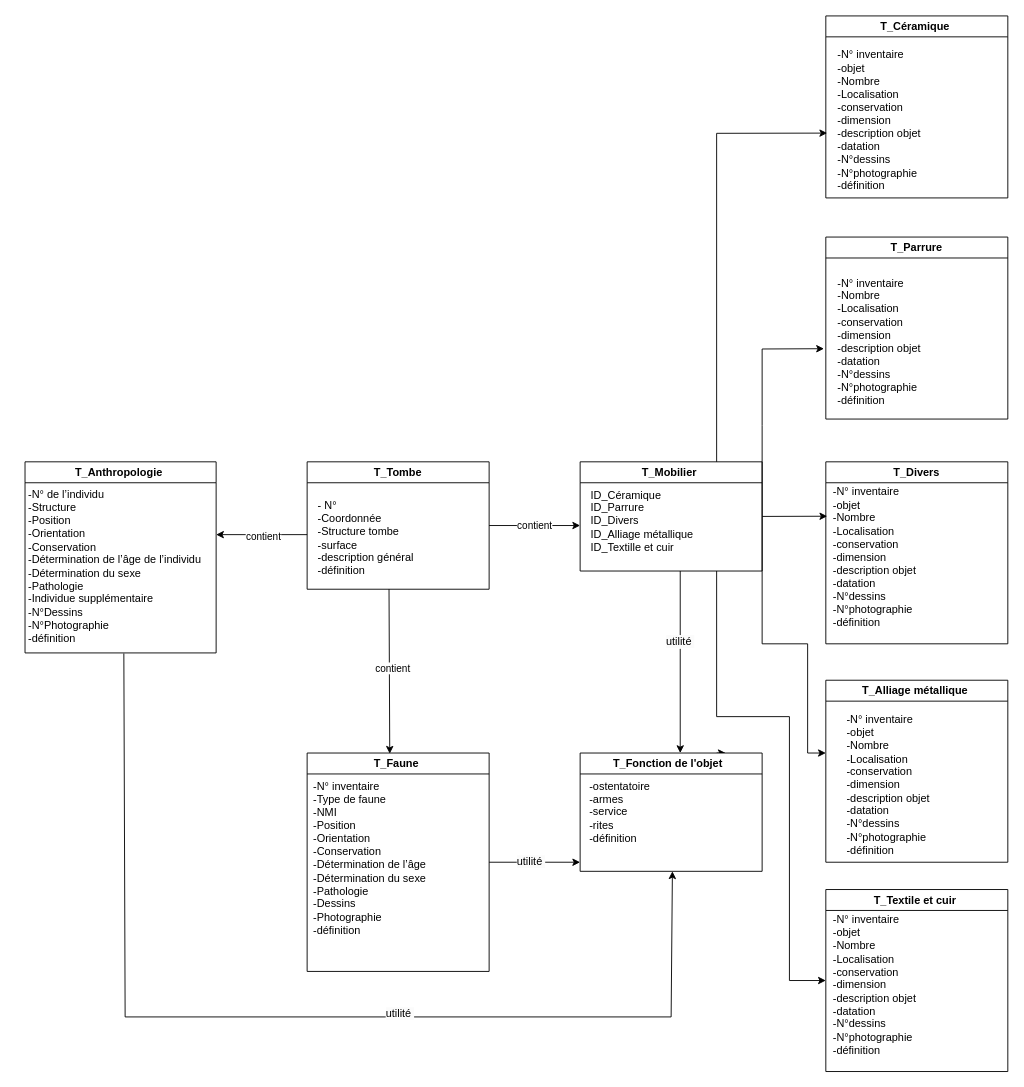
The draw.io diagram model conceptuel 2.drawio in Pepolene/Kerma-CE8, before the edit. Source tidied: cells renumbered, new cells numbered last; positions are measured from the earlier drawing's top-left corner, leaving out a move shared by most shapes. Both pictures are drawn from the tidied source at 91%, with x=0, y=0 at pixel (15, 15).
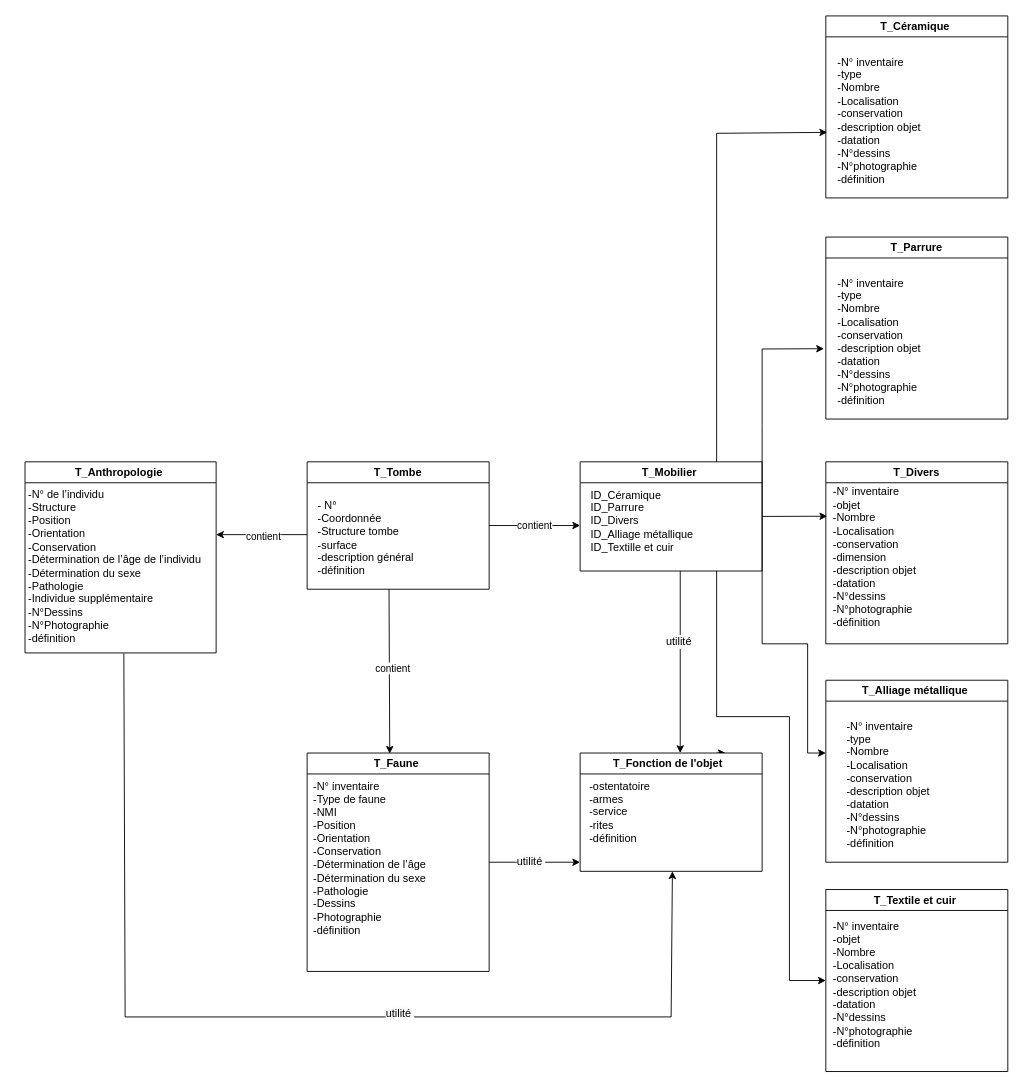
The same page after the edit.

The change refers to these unchanged cells:
```xml
<mxCell id="13" value="T_Parrure" style="swimlane;whiteSpace=wrap;html=1;" parent="1" vertex="1">
  <mxGeometry x="890" y="243" width="200" height="200" as="geometry" />
</mxCell>
<mxCell id="17" value="T_Alliage métallique&amp;nbsp;" style="swimlane;whiteSpace=wrap;html=1;" parent="1" vertex="1">
  <mxGeometry x="890" y="730" width="200" height="200" as="geometry" />
</mxCell>
<mxCell id="19" value="T_Textile et cuir&amp;nbsp;" style="swimlane;whiteSpace=wrap;html=1;" parent="1" vertex="1">
  <mxGeometry x="890" y="960" width="200" height="200" as="geometry" />
</mxCell>
<mxCell id="21" value="T_Céramique&amp;nbsp;" style="swimlane;whiteSpace=wrap;html=1;" parent="1" vertex="1">
  <mxGeometry x="890" width="200" height="200" as="geometry" />
</mxCell>
```

Diff of the diagram source:
```diff
@@
-    <mxCell id="14" value="&lt;div style=&quot;text-align: left;&quot;&gt;-N° inventaire&lt;/div&gt;&lt;div style=&quot;text-align: left;&quot;&gt;-Nombre&amp;nbsp;&lt;/div&gt;&lt;div style=&quot;text-align: left;&quot;&gt;-Localisation&lt;/div&gt;&lt;div style=&quot;text-align: left;&quot;&gt;&lt;span style=&quot;background-color: initial;&quot;&gt;-conservation&lt;/span&gt;&amp;nbsp;&lt;/div&gt;&lt;div style=&quot;text-align: left;&quot;&gt;&lt;span style=&quot;background-color: initial;&quot;&gt;-dimension&amp;nbsp;&lt;/span&gt;&lt;/div&gt;&lt;div style=&quot;text-align: left;&quot;&gt;&lt;span style=&quot;background-color: initial;&quot;&gt;-description objet&amp;nbsp;&lt;/span&gt;&lt;/div&gt;&lt;div style=&quot;text-align: left;&quot;&gt;-datation&lt;br&gt;&lt;/div&gt;&lt;div style=&quot;text-align: left;&quot;&gt;-N°dessins&amp;nbsp;&lt;/div&gt;&lt;div style=&quot;text-align: left;&quot;&gt;-N°photographie&amp;nbsp;&lt;/div&gt;&lt;div style=&quot;text-align: left;&quot;&gt;-définition&amp;nbsp;&lt;/div&gt;" style="text;html=1;align=center;verticalAlign=middle;points=[];strokeColor=none;fillColor=none;" parent="13" vertex="1">
+    <mxCell id="14" value="&lt;div style=&quot;text-align: left;&quot;&gt;-N° inventaire&lt;/div&gt;&lt;div style=&quot;text-align: left;&quot;&gt;-type&amp;nbsp;&lt;/div&gt;&lt;div style=&quot;text-align: left;&quot;&gt;-Nombre&amp;nbsp;&lt;/div&gt;&lt;div style=&quot;text-align: left;&quot;&gt;-Localisation&lt;/div&gt;&lt;div style=&quot;text-align: left;&quot;&gt;&lt;span style=&quot;background-color: initial;&quot;&gt;-conservation&lt;/span&gt;&amp;nbsp;&lt;/div&gt;&lt;div style=&quot;text-align: left;&quot;&gt;&lt;span style=&quot;background-color: initial;&quot;&gt;-description objet&amp;nbsp;&lt;/span&gt;&lt;/div&gt;&lt;div style=&quot;text-align: left;&quot;&gt;-datation&lt;br&gt;&lt;/div&gt;&lt;div style=&quot;text-align: left;&quot;&gt;-N°dessins&amp;nbsp;&lt;/div&gt;&lt;div style=&quot;text-align: left;&quot;&gt;-N°photographie&amp;nbsp;&lt;/div&gt;&lt;div style=&quot;text-align: left;&quot;&gt;-définition&amp;nbsp;&lt;/div&gt;" style="text;html=1;align=center;verticalAlign=middle;points=[];strokeColor=none;fillColor=none;" parent="13" vertex="1">
       <mxGeometry y="35" width="120" height="160" as="geometry" />
     </mxCell>
@@
-    <mxCell id="18" value="&lt;div style=&quot;text-align: left;&quot;&gt;&lt;span style=&quot;background-color: initial;&quot;&gt;&lt;font face=&quot;Helvetica&quot;&gt;-N° inventaire&amp;nbsp;&lt;/font&gt;&lt;/span&gt;&lt;/div&gt;&lt;div style=&quot;text-align: left;&quot;&gt;&lt;span style=&quot;background-color: initial;&quot;&gt;&lt;font face=&quot;KA_OsEM3pX-Y2E-QQbwR&quot;&gt;-objet&amp;nbsp;&lt;/font&gt;&lt;/span&gt;&lt;/div&gt;&lt;div style=&quot;text-align: left;&quot;&gt;&lt;font face=&quot;KA_OsEM3pX-Y2E-QQbwR&quot;&gt;-Nombre&amp;nbsp;&lt;/font&gt;&lt;/div&gt;&lt;div style=&quot;text-align: left;&quot;&gt;&lt;font face=&quot;KA_OsEM3pX-Y2E-QQbwR&quot;&gt;-Localisation&amp;nbsp;&lt;/font&gt;&lt;/div&gt;&lt;div style=&quot;text-align: left;&quot;&gt;&lt;font face=&quot;KA_OsEM3pX-Y2E-QQbwR&quot;&gt;-conservation&lt;/font&gt;&lt;/div&gt;&lt;div style=&quot;text-align: left;&quot;&gt;&lt;font face=&quot;KA_OsEM3pX-Y2E-QQbwR&quot;&gt;-dimension&amp;nbsp;&lt;/font&gt;&lt;/div&gt;&lt;div style=&quot;text-align: left;&quot;&gt;&lt;span style=&quot;background-color: initial;&quot;&gt;&lt;font face=&quot;KA_OsEM3pX-Y2E-QQbwR&quot;&gt;-description objet&amp;nbsp;&lt;/font&gt;&lt;/span&gt;&lt;/div&gt;&lt;div style=&quot;text-align: left;&quot;&gt;&lt;font face=&quot;KA_OsEM3pX-Y2E-QQbwR&quot;&gt;-datation&lt;br&gt;&lt;/font&gt;&lt;/div&gt;&lt;div style=&quot;text-align: left;&quot;&gt;&lt;font face=&quot;KA_OsEM3pX-Y2E-QQbwR&quot;&gt;-N°dessins&amp;nbsp;&lt;/font&gt;&lt;/div&gt;&lt;div style=&quot;text-align: left;&quot;&gt;&lt;font face=&quot;KA_OsEM3pX-Y2E-QQbwR&quot;&gt;-N°photographie&amp;nbsp;&lt;/font&gt;&lt;/div&gt;&lt;div style=&quot;text-align: left;&quot;&gt;&lt;font face=&quot;KA_OsEM3pX-Y2E-QQbwR&quot;&gt;-définition&amp;nbsp;&lt;/font&gt;&lt;/div&gt;" style="text;html=1;align=center;verticalAlign=middle;strokeColor=none;fillColor=none;" parent="17" vertex="1">
-      <mxGeometry x="15" y="30" width="110" height="170" as="geometry" />
+    <mxCell id="18" value="&lt;div style=&quot;text-align: left;&quot;&gt;&lt;span style=&quot;background-color: initial;&quot;&gt;&lt;font face=&quot;Helvetica&quot;&gt;-N° inventaire&amp;nbsp;&lt;/font&gt;&lt;/span&gt;&lt;/div&gt;&lt;div style=&quot;text-align: left;&quot;&gt;&lt;span style=&quot;background-color: initial;&quot;&gt;&lt;font face=&quot;KA_OsEM3pX-Y2E-QQbwR&quot;&gt;-type&lt;/font&gt;&lt;/span&gt;&lt;/div&gt;&lt;div style=&quot;text-align: left;&quot;&gt;&lt;font face=&quot;KA_OsEM3pX-Y2E-QQbwR&quot;&gt;-Nombre&amp;nbsp;&lt;/font&gt;&lt;/div&gt;&lt;div style=&quot;text-align: left;&quot;&gt;&lt;font face=&quot;KA_OsEM3pX-Y2E-QQbwR&quot;&gt;-Localisation&amp;nbsp;&lt;/font&gt;&lt;/div&gt;&lt;div style=&quot;text-align: left;&quot;&gt;&lt;font face=&quot;KA_OsEM3pX-Y2E-QQbwR&quot;&gt;-conservation&lt;/font&gt;&lt;/div&gt;&lt;div style=&quot;text-align: left;&quot;&gt;&lt;span style=&quot;background-color: initial;&quot;&gt;&lt;font face=&quot;KA_OsEM3pX-Y2E-QQbwR&quot;&gt;-description objet&amp;nbsp;&lt;/font&gt;&lt;/span&gt;&lt;/div&gt;&lt;div style=&quot;text-align: left;&quot;&gt;&lt;font face=&quot;KA_OsEM3pX-Y2E-QQbwR&quot;&gt;-datation&lt;br&gt;&lt;/font&gt;&lt;/div&gt;&lt;div style=&quot;text-align: left;&quot;&gt;&lt;font face=&quot;KA_OsEM3pX-Y2E-QQbwR&quot;&gt;-N°dessins&amp;nbsp;&lt;/font&gt;&lt;/div&gt;&lt;div style=&quot;text-align: left;&quot;&gt;&lt;font face=&quot;KA_OsEM3pX-Y2E-QQbwR&quot;&gt;-N°photographie&amp;nbsp;&lt;/font&gt;&lt;/div&gt;&lt;div style=&quot;text-align: left;&quot;&gt;&lt;font face=&quot;KA_OsEM3pX-Y2E-QQbwR&quot;&gt;-définition&amp;nbsp;&lt;/font&gt;&lt;/div&gt;" style="text;html=1;align=center;verticalAlign=middle;strokeColor=none;fillColor=none;" parent="17" vertex="1">
+      <mxGeometry x="15" y="35" width="110" height="160" as="geometry" />
     </mxCell>
@@
-    <mxCell id="20" value="&lt;div style=&quot;text-align: left;&quot;&gt;&lt;font face=&quot;Helvetica&quot;&gt;-N° inventaire&lt;span style=&quot;background-color: initial;&quot;&gt;&lt;br&gt;&lt;/span&gt;&lt;/font&gt;&lt;/div&gt;&lt;div style=&quot;text-align: left;&quot;&gt;&lt;span style=&quot;background-color: initial;&quot;&gt;&lt;font face=&quot;rQhWUgGv2YmFOi-6GjJN&quot;&gt;-objet&amp;nbsp;&lt;/font&gt;&lt;/span&gt;&lt;/div&gt;&lt;div style=&quot;text-align: left;&quot;&gt;&lt;font face=&quot;rQhWUgGv2YmFOi-6GjJN&quot;&gt;-Nombre&amp;nbsp;&lt;/font&gt;&lt;/div&gt;&lt;div style=&quot;text-align: left;&quot;&gt;&lt;font face=&quot;rQhWUgGv2YmFOi-6GjJN&quot;&gt;-Localisation&amp;nbsp;&lt;/font&gt;&lt;/div&gt;&lt;div style=&quot;text-align: left;&quot;&gt;&lt;font face=&quot;rQhWUgGv2YmFOi-6GjJN&quot;&gt;-conservation&amp;nbsp;&lt;/font&gt;&lt;/div&gt;&lt;div style=&quot;text-align: left;&quot;&gt;&lt;font face=&quot;rQhWUgGv2YmFOi-6GjJN&quot;&gt;-dimension&amp;nbsp;&lt;/font&gt;&lt;/div&gt;&lt;div style=&quot;text-align: left;&quot;&gt;&lt;span style=&quot;background-color: initial;&quot;&gt;&lt;font face=&quot;rQhWUgGv2YmFOi-6GjJN&quot;&gt;-description objet&amp;nbsp;&lt;/font&gt;&lt;/span&gt;&lt;/div&gt;&lt;div style=&quot;text-align: left;&quot;&gt;&lt;font face=&quot;rQhWUgGv2YmFOi-6GjJN&quot;&gt;-datation&lt;br&gt;&lt;/font&gt;&lt;/div&gt;&lt;div style=&quot;text-align: left;&quot;&gt;&lt;font face=&quot;rQhWUgGv2YmFOi-6GjJN&quot;&gt;-N°dessins&amp;nbsp;&lt;/font&gt;&lt;/div&gt;&lt;div style=&quot;text-align: left;&quot;&gt;&lt;font face=&quot;rQhWUgGv2YmFOi-6GjJN&quot;&gt;-N°photographie&lt;/font&gt;&lt;/div&gt;&lt;div style=&quot;text-align: left;&quot;&gt;&lt;font face=&quot;rQhWUgGv2YmFOi-6GjJN&quot;&gt;&lt;span style=&quot;background-color: initial;&quot;&gt;-définition&amp;nbsp;&lt;/span&gt;&amp;nbsp;&lt;/font&gt;&lt;/div&gt;" style="text;html=1;align=center;verticalAlign=middle;strokeColor=none;fillColor=none;" parent="19" vertex="1">
-      <mxGeometry y="20" width="110" height="170" as="geometry" />
+    <mxCell id="20" value="&lt;div style=&quot;text-align: left;&quot;&gt;&lt;font face=&quot;Helvetica&quot;&gt;-N° inventaire&lt;span style=&quot;background-color: initial;&quot;&gt;&lt;br&gt;&lt;/span&gt;&lt;/font&gt;&lt;/div&gt;&lt;div style=&quot;text-align: left;&quot;&gt;&lt;span style=&quot;background-color: initial;&quot;&gt;&lt;font face=&quot;rQhWUgGv2YmFOi-6GjJN&quot;&gt;-objet&amp;nbsp;&lt;/font&gt;&lt;/span&gt;&lt;/div&gt;&lt;div style=&quot;text-align: left;&quot;&gt;&lt;font face=&quot;rQhWUgGv2YmFOi-6GjJN&quot;&gt;-Nombre&amp;nbsp;&lt;/font&gt;&lt;/div&gt;&lt;div style=&quot;text-align: left;&quot;&gt;&lt;font face=&quot;rQhWUgGv2YmFOi-6GjJN&quot;&gt;-Localisation&amp;nbsp;&lt;/font&gt;&lt;/div&gt;&lt;div style=&quot;text-align: left;&quot;&gt;&lt;font face=&quot;rQhWUgGv2YmFOi-6GjJN&quot;&gt;-conservation&amp;nbsp;&lt;/font&gt;&lt;/div&gt;&lt;div style=&quot;text-align: left;&quot;&gt;&lt;span style=&quot;background-color: initial;&quot;&gt;&lt;font face=&quot;rQhWUgGv2YmFOi-6GjJN&quot;&gt;-description objet&amp;nbsp;&lt;/font&gt;&lt;/span&gt;&lt;/div&gt;&lt;div style=&quot;text-align: left;&quot;&gt;&lt;font face=&quot;rQhWUgGv2YmFOi-6GjJN&quot;&gt;-datation&lt;br&gt;&lt;/font&gt;&lt;/div&gt;&lt;div style=&quot;text-align: left;&quot;&gt;&lt;font face=&quot;rQhWUgGv2YmFOi-6GjJN&quot;&gt;-N°dessins&amp;nbsp;&lt;/font&gt;&lt;/div&gt;&lt;div style=&quot;text-align: left;&quot;&gt;&lt;font face=&quot;rQhWUgGv2YmFOi-6GjJN&quot;&gt;-N°photographie&lt;/font&gt;&lt;/div&gt;&lt;div style=&quot;text-align: left;&quot;&gt;&lt;font face=&quot;rQhWUgGv2YmFOi-6GjJN&quot;&gt;&lt;span style=&quot;background-color: initial;&quot;&gt;-définition&amp;nbsp;&lt;/span&gt;&amp;nbsp;&lt;/font&gt;&lt;/div&gt;" style="text;html=1;align=center;verticalAlign=middle;strokeColor=none;fillColor=none;" parent="19" vertex="1">
+      <mxGeometry y="25" width="110" height="160" as="geometry" />
     </mxCell>
@@
-    <mxCell id="22" value="&lt;div style=&quot;text-align: left;&quot;&gt;&lt;font face=&quot;Helvetica&quot;&gt;-N° inventaire&lt;span style=&quot;background-color: initial;&quot;&gt;&lt;br&gt;&lt;/span&gt;&lt;/font&gt;&lt;/div&gt;&lt;div style=&quot;text-align: left;&quot;&gt;&lt;span style=&quot;background-color: initial;&quot;&gt;&lt;font face=&quot;W-GYe_aafzOnCxtJyXre&quot;&gt;-objet&amp;nbsp;&lt;/font&gt;&lt;/span&gt;&lt;/div&gt;&lt;div style=&quot;text-align: left;&quot;&gt;&lt;font face=&quot;W-GYe_aafzOnCxtJyXre&quot;&gt;-Nombre&amp;nbsp;&lt;/font&gt;&lt;/div&gt;&lt;div style=&quot;text-align: left;&quot;&gt;&lt;font face=&quot;W-GYe_aafzOnCxtJyXre&quot;&gt;-Localisation&amp;nbsp;&lt;/font&gt;&lt;/div&gt;&lt;div style=&quot;text-align: left;&quot;&gt;&lt;font face=&quot;W-GYe_aafzOnCxtJyXre&quot;&gt;-conservation&lt;br&gt;&lt;/font&gt;&lt;/div&gt;&lt;div style=&quot;text-align: left;&quot;&gt;&lt;font face=&quot;W-GYe_aafzOnCxtJyXre&quot;&gt;-dimension&amp;nbsp;&lt;span style=&quot;background-color: initial;&quot;&gt;&amp;nbsp;&lt;/span&gt;&lt;/font&gt;&lt;/div&gt;&lt;div style=&quot;text-align: left;&quot;&gt;&lt;font face=&quot;W-GYe_aafzOnCxtJyXre&quot;&gt;-description objet&amp;nbsp;&lt;/font&gt;&lt;/div&gt;&lt;div style=&quot;text-align: left;&quot;&gt;&lt;font face=&quot;W-GYe_aafzOnCxtJyXre&quot;&gt;-datation&lt;br&gt;&lt;/font&gt;&lt;/div&gt;&lt;div style=&quot;text-align: left;&quot;&gt;&lt;font face=&quot;W-GYe_aafzOnCxtJyXre&quot;&gt;-N°dessins&amp;nbsp;&lt;/font&gt;&lt;/div&gt;&lt;div style=&quot;text-align: left;&quot;&gt;&lt;font face=&quot;W-GYe_aafzOnCxtJyXre&quot;&gt;-N°photographie&amp;nbsp;&lt;/font&gt;&lt;/div&gt;&lt;div style=&quot;text-align: left;&quot;&gt;&lt;font face=&quot;W-GYe_aafzOnCxtJyXre&quot;&gt;-définition&amp;nbsp;&lt;/font&gt;&lt;/div&gt;" style="text;html=1;align=center;verticalAlign=middle;points=[];strokeColor=none;fillColor=none;" parent="21" vertex="1">
-      <mxGeometry x="5" y="30" width="110" height="170" as="geometry" />
+    <mxCell id="22" value="&lt;div style=&quot;text-align: left;&quot;&gt;&lt;font face=&quot;Helvetica&quot;&gt;-N° inventaire&lt;span style=&quot;background-color: initial;&quot;&gt;&lt;br&gt;&lt;/span&gt;&lt;/font&gt;&lt;/div&gt;&lt;div style=&quot;text-align: left;&quot;&gt;&lt;span style=&quot;background-color: initial;&quot;&gt;&lt;font face=&quot;W-GYe_aafzOnCxtJyXre&quot;&gt;-type&lt;/font&gt;&lt;/span&gt;&lt;/div&gt;&lt;div style=&quot;text-align: left;&quot;&gt;&lt;font face=&quot;W-GYe_aafzOnCxtJyXre&quot;&gt;-Nombre&amp;nbsp;&lt;/font&gt;&lt;/div&gt;&lt;div style=&quot;text-align: left;&quot;&gt;&lt;font face=&quot;W-GYe_aafzOnCxtJyXre&quot;&gt;-Localisation&amp;nbsp;&lt;/font&gt;&lt;/div&gt;&lt;div style=&quot;text-align: left;&quot;&gt;&lt;font face=&quot;W-GYe_aafzOnCxtJyXre&quot;&gt;-conservation&lt;/font&gt;&lt;span style=&quot;background-color: initial; font-family: W-GYe_aafzOnCxtJyXre;&quot;&gt;&amp;nbsp;&lt;/span&gt;&lt;/div&gt;&lt;div style=&quot;text-align: left;&quot;&gt;&lt;font face=&quot;W-GYe_aafzOnCxtJyXre&quot;&gt;-description objet&amp;nbsp;&lt;/font&gt;&lt;/div&gt;&lt;div style=&quot;text-align: left;&quot;&gt;&lt;font face=&quot;W-GYe_aafzOnCxtJyXre&quot;&gt;-datation&lt;br&gt;&lt;/font&gt;&lt;/div&gt;&lt;div style=&quot;text-align: left;&quot;&gt;&lt;font face=&quot;W-GYe_aafzOnCxtJyXre&quot;&gt;-N°dessins&amp;nbsp;&lt;/font&gt;&lt;/div&gt;&lt;div style=&quot;text-align: left;&quot;&gt;&lt;font face=&quot;W-GYe_aafzOnCxtJyXre&quot;&gt;-N°photographie&amp;nbsp;&lt;/font&gt;&lt;/div&gt;&lt;div style=&quot;text-align: left;&quot;&gt;&lt;font face=&quot;W-GYe_aafzOnCxtJyXre&quot;&gt;-définition&amp;nbsp;&lt;/font&gt;&lt;/div&gt;" style="text;html=1;align=center;verticalAlign=middle;points=[];strokeColor=none;fillColor=none;" parent="21" vertex="1">
+      <mxGeometry x="5" y="35" width="110" height="160" as="geometry" />
     </mxCell>
```
